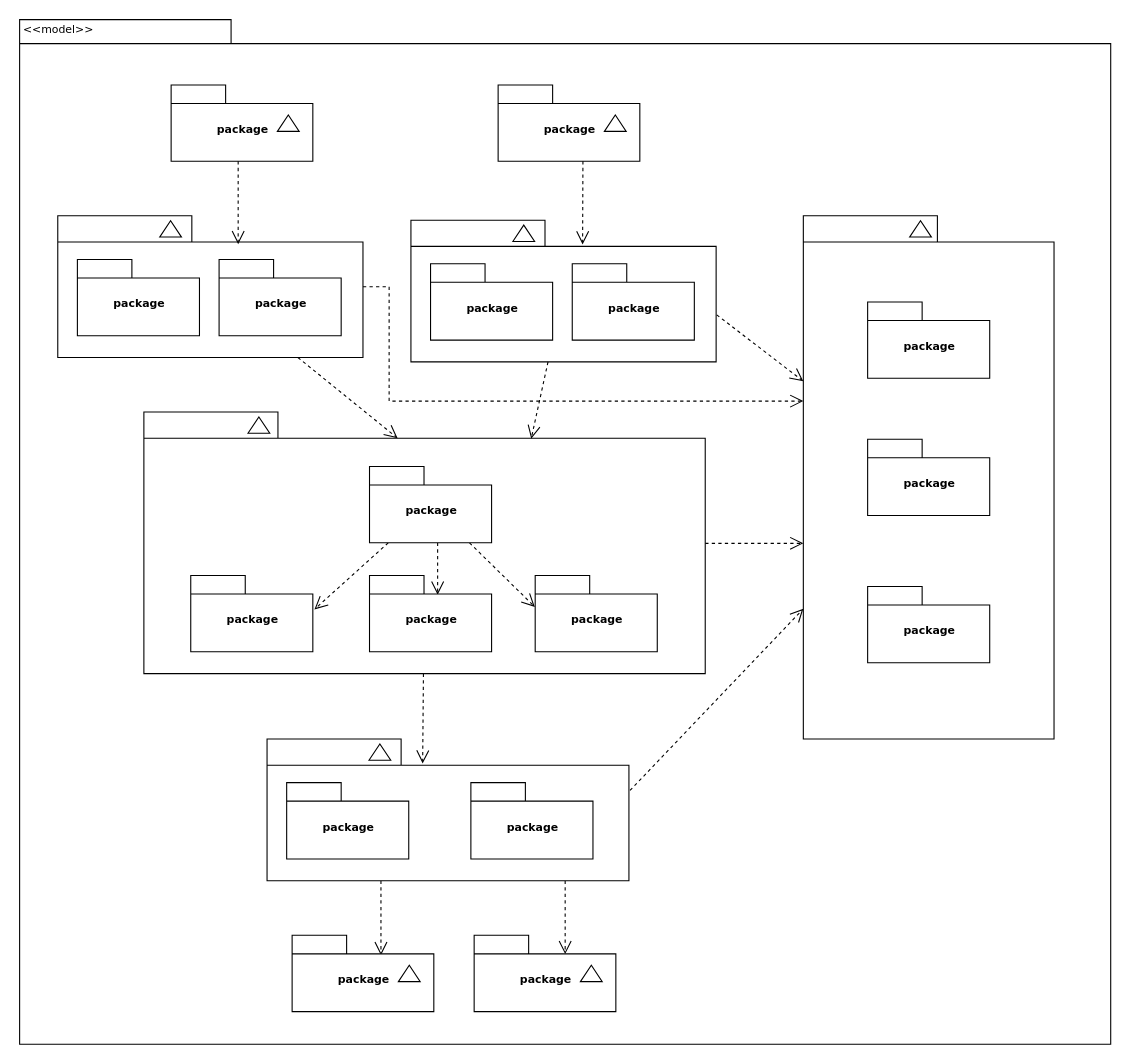
The draw.io diagram Documentation/Unbenanntes Diagramm.drawio in OliverGebert/RecipeAPI, before the edit. Source tidied: cells renumbered, new cells numbered last; positions are measured from the earlier drawing's top-left corner, leaving out a move shared by most shapes. Both pictures are drawn from the tidied source at 109%, with x=0, y=0 at pixel (19, 19).
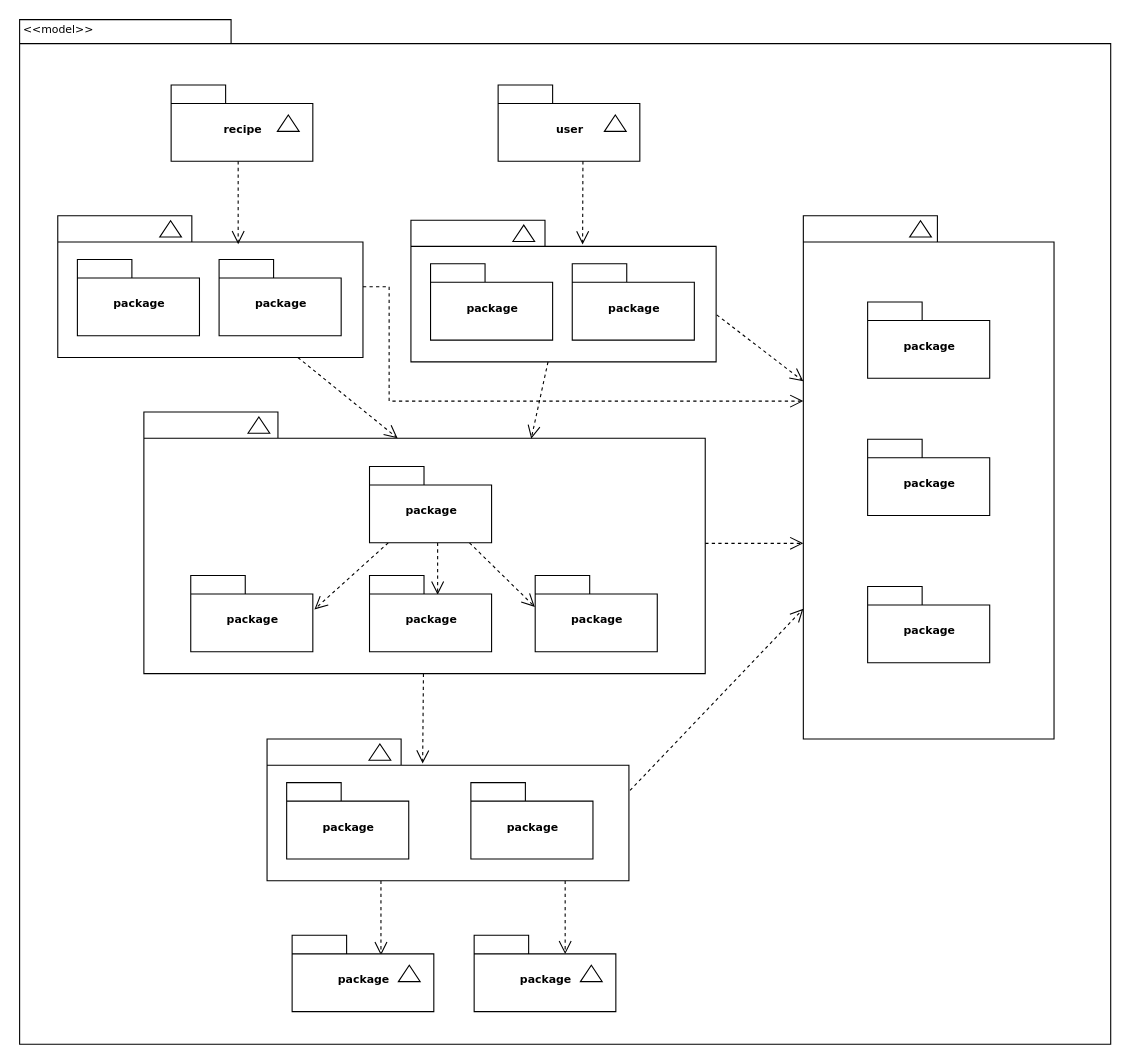
Above is the later version.

Unchanged cells that the change refers to:
```xml
<mxCell id="3" style="group;" parent="1" vertex="1">
  <mxGeometry x="139.5" y="60.5" width="130" height="70" as="geometry" />
</mxCell>
<mxCell id="6" style="group;" parent="1" vertex="1">
  <mxGeometry x="439.5" y="60.5" width="130" height="70" as="geometry" />
</mxCell>
```

Diff of the diagram source:
```diff
@@
-    <mxCell id="4" value="package" style="shape=folder;fontStyle=1;spacingTop=10;tabWidth=50;tabHeight=17;tabPosition=left;html=1;rounded=0;shadow=0;comic=0;labelBackgroundColor=none;strokeWidth=1;fontFamily=Verdana;fontSize=10;align=center;" parent="3" vertex="1">
+    <mxCell id="4" value="recipe" style="shape=folder;fontStyle=1;spacingTop=10;tabWidth=50;tabHeight=17;tabPosition=left;html=1;rounded=0;shadow=0;comic=0;labelBackgroundColor=none;strokeWidth=1;fontFamily=Verdana;fontSize=10;align=center;" parent="3" vertex="1">
       <mxGeometry width="130" height="70" as="geometry" />
     </mxCell>
@@
-    <mxCell id="7" value="package" style="shape=folder;fontStyle=1;spacingTop=10;tabWidth=50;tabHeight=17;tabPosition=left;html=1;rounded=0;shadow=0;comic=0;labelBackgroundColor=none;strokeWidth=1;fontFamily=Verdana;fontSize=10;align=center;" parent="6" vertex="1">
+    <mxCell id="7" value="user" style="shape=folder;fontStyle=1;spacingTop=10;tabWidth=50;tabHeight=17;tabPosition=left;html=1;rounded=0;shadow=0;comic=0;labelBackgroundColor=none;strokeWidth=1;fontFamily=Verdana;fontSize=10;align=center;" parent="6" vertex="1">
       <mxGeometry width="130" height="70" as="geometry" />
     </mxCell>
```
